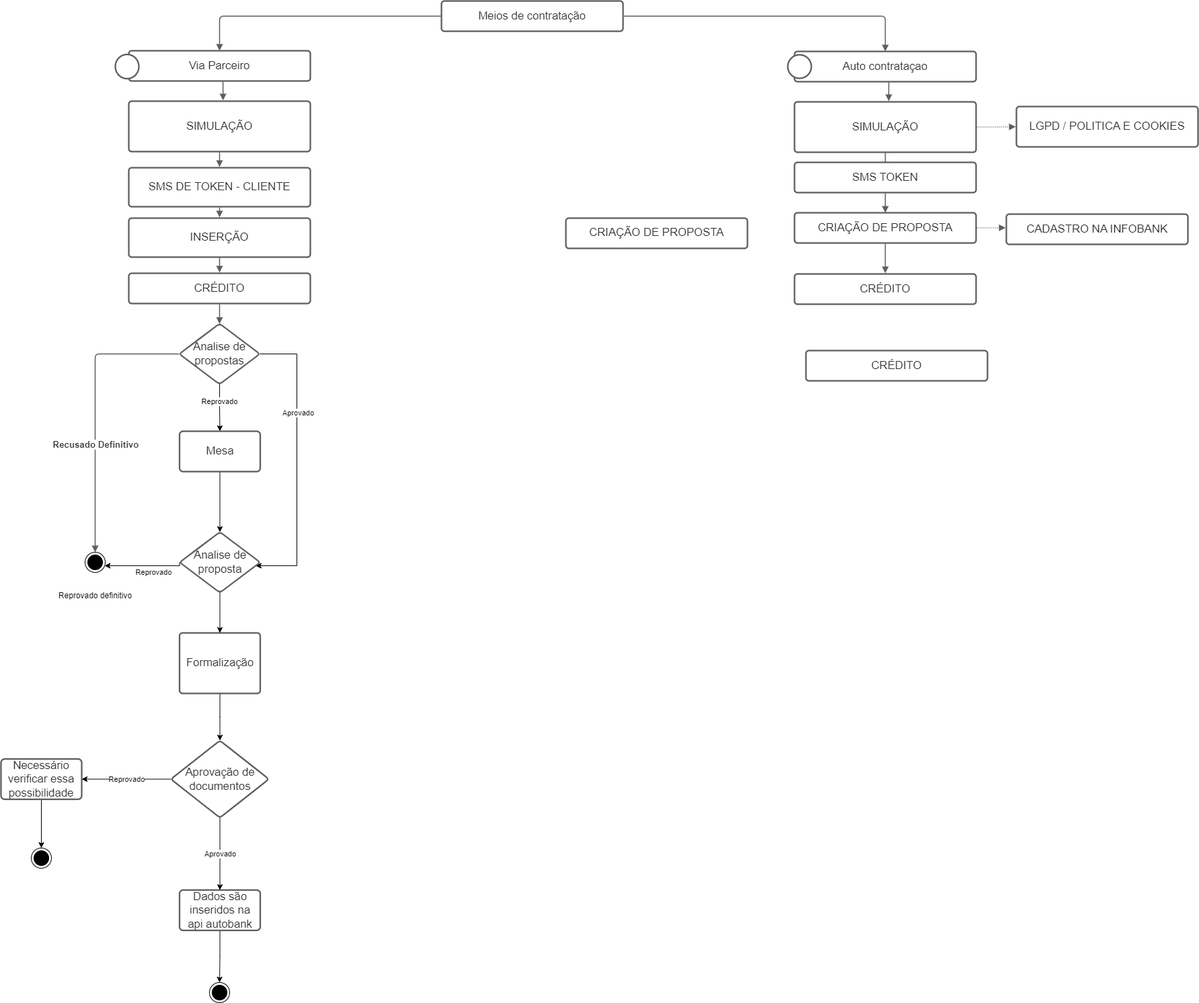
uma-risadinha/Diagramas keeps this draw.io diagram as Meios de contratação.drawio.png. Above is the earlier version. Source tidied: cells renumbered, new cells last; positions are measured from the earlier drawing's top-left corner, leaving out a move shared by most shapes.
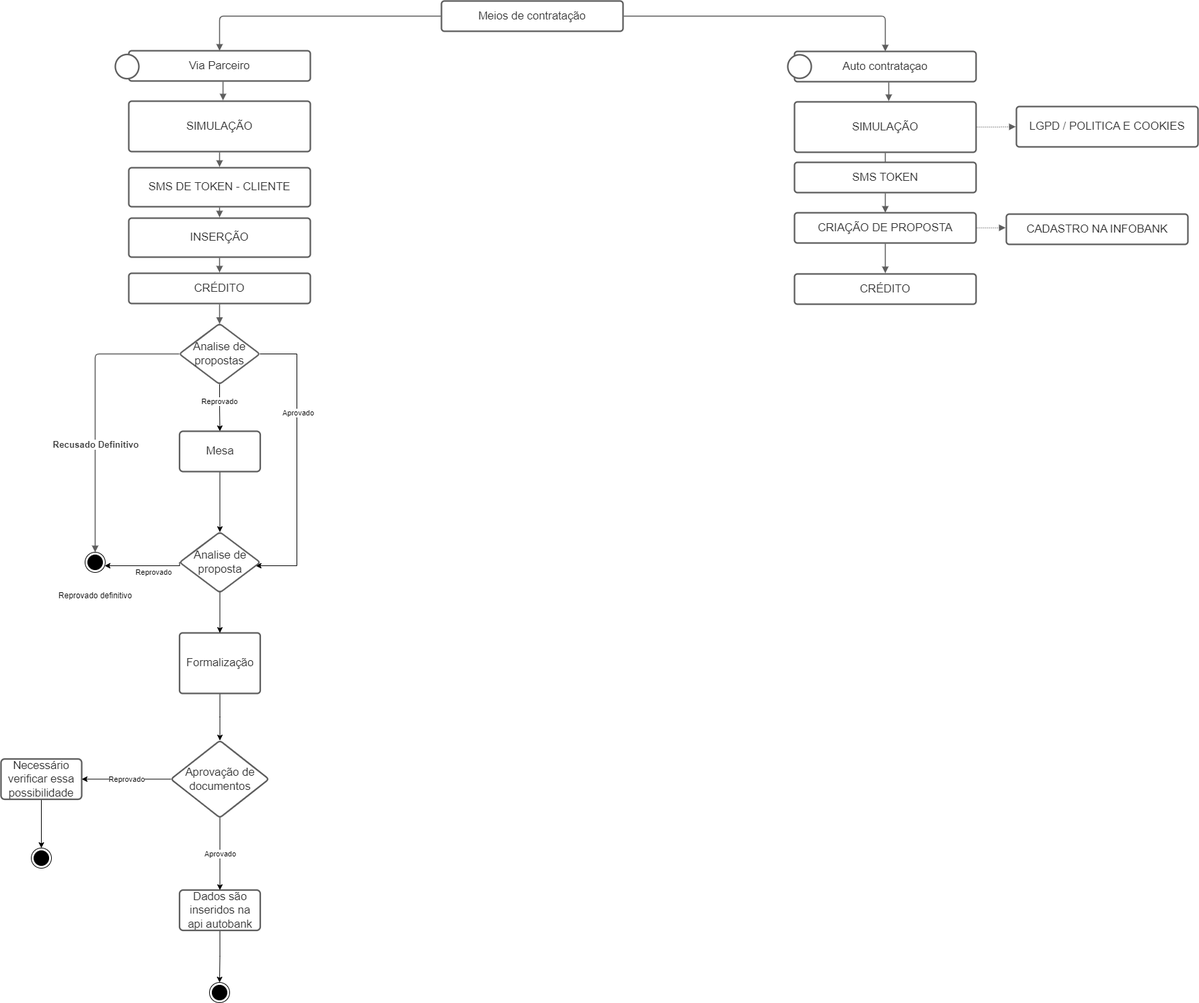
After the change.

What changed in the source:
```diff
@@ -182,11 +182,5 @@
     <mxCell id="54" value="Mesa" style="whiteSpace=wrap;html=1;fontSize=16.7;fillColor=rgb(255, 255, 255);strokeColor=#5e5e5e;fontColor=#333333;spacing=3.8;rounded=1;arcSize=9;strokeWidth=2.3;" parent="1" vertex="1">
       <mxGeometry x="265.5" y="640" width="120" height="60" as="geometry" />
     </mxCell>
-    <mxCell id="55" value="CRÉDITO " style="html=1;overflow=block;blockSpacing=1;whiteSpace=wrap;fontSize=16.7;fontColor=#333333;spacing=9;strokeColor=#5e5e5e;strokeOpacity=100;rounded=1;absoluteArcSize=1;arcSize=9;strokeWidth=2.3;" parent="1" vertex="1">
-      <mxGeometry x="1197" y="520" width="270" height="45" as="geometry" />
-    </mxCell>
-    <mxCell id="56" value="CRIAÇÃO DE PROPOSTA " style="html=1;overflow=block;blockSpacing=1;whiteSpace=wrap;fontSize=16.7;fontColor=#333333;spacing=9;strokeColor=#5e5e5e;strokeOpacity=100;rounded=1;absoluteArcSize=1;arcSize=9;strokeWidth=2.3;" parent="1" vertex="1">
-      <mxGeometry x="840" y="323" width="270" height="45" as="geometry" />
-    </mxCell>
   </root>
 </mxGraphModel>
```
